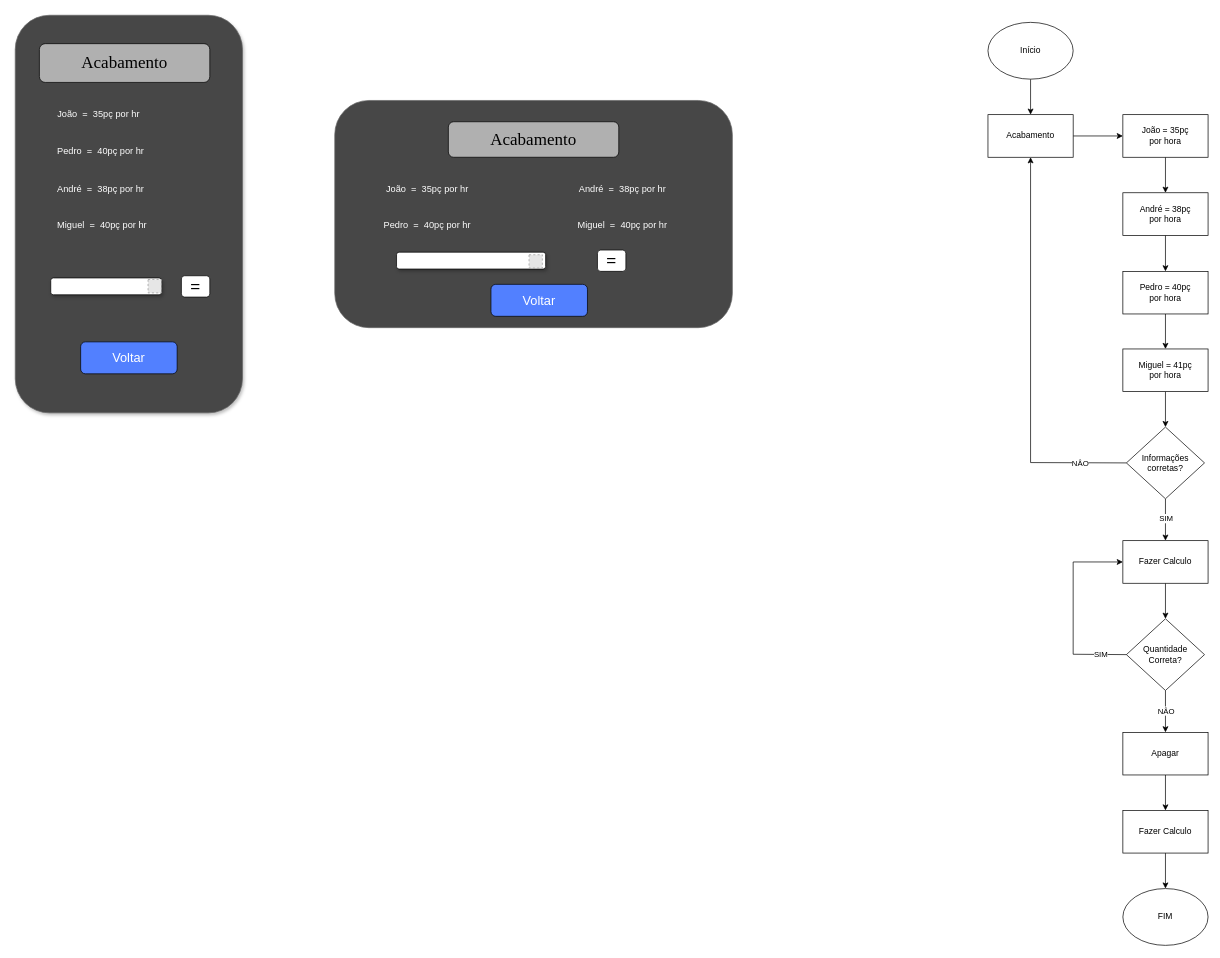
The draw.io diagram DOC/Acabamento Completo.drawio in rt-xit/Novo-Projetoo, before the edit. Source tidied: cells renumbered, new cells numbered last; positions are measured from the earlier drawing's top-left corner, leaving out a move shared by most shapes. Both pictures are drawn from the tidied source at 71%, with x=0, y=0 at pixel (15, 15). Pictures stored in the file or linked from it are replaced by grey dashed boxes.
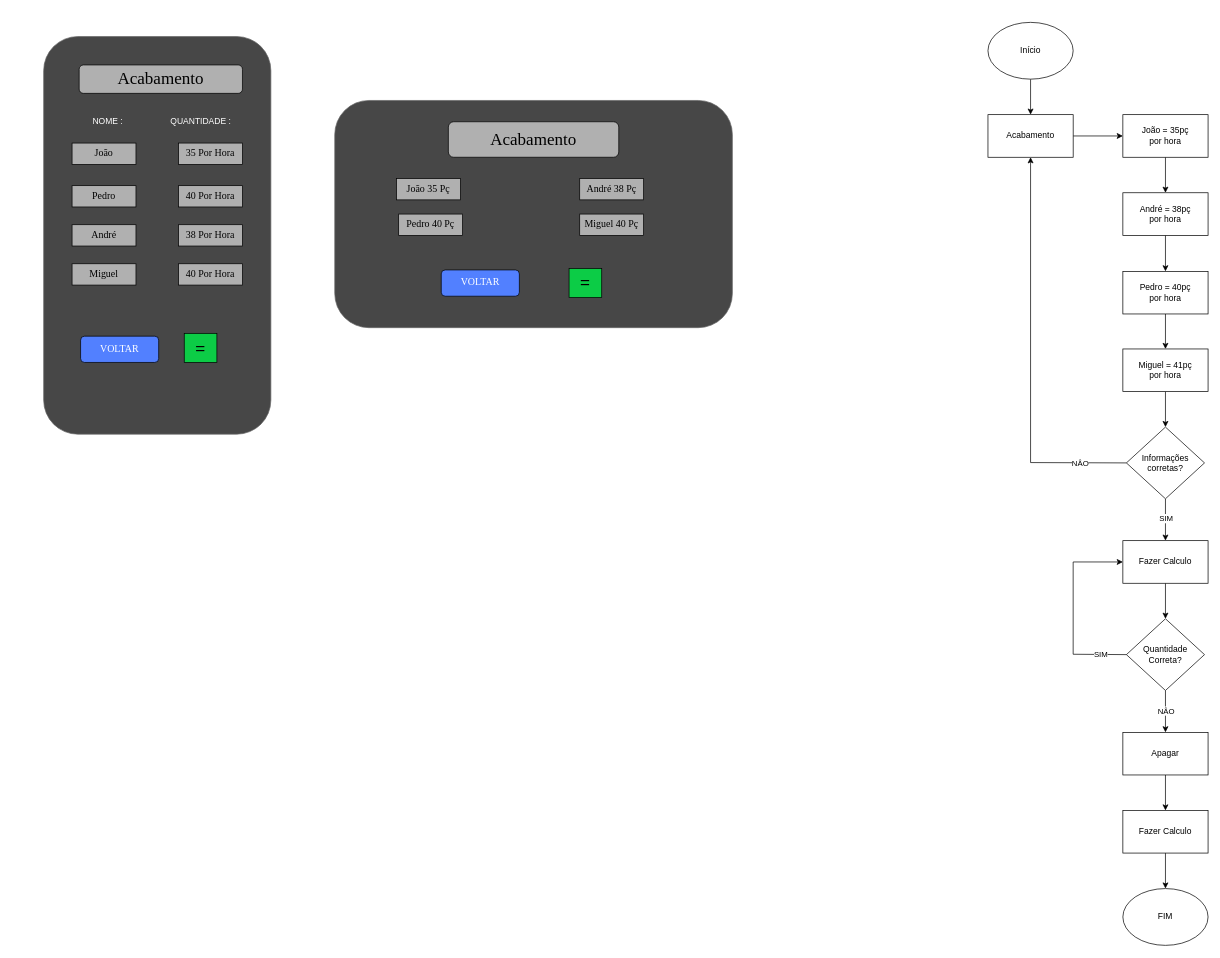
The same page after the edit.

Change to the diagram source:
```diff
@@
-    <mxCell id="2" style="group;" parent="1" vertex="1">
-      <mxGeometry width="320" height="560" as="geometry" />
-    </mxCell>
-    <mxCell id="3" style="rounded=1;whiteSpace=wrap;html=1;fillColor=#474747;gradientColor=none;strokeColor=#666666;shadow=1;" parent="2" vertex="1">
-      <mxGeometry width="320" height="560" as="geometry" />
-    </mxCell>
-    <mxCell id="4" value="&lt;font color=&quot;#ffffff&quot; style=&quot;font-size: 13px;&quot;&gt;João&amp;nbsp; =&amp;nbsp; 35pç por hr&lt;/font&gt;" style="text;html=1;align=center;verticalAlign=middle;strokeColor=none;fillColor=none;" parent="2" vertex="1">
-      <mxGeometry x="47" y="124" width="140" height="30" as="geometry" />
-    </mxCell>
-    <mxCell id="5" value="&lt;font color=&quot;#ffffff&quot; style=&quot;font-size: 13px;&quot;&gt;Pedro&amp;nbsp; =&amp;nbsp; 40pç por hr&lt;/font&gt;" style="text;html=1;align=center;verticalAlign=middle;strokeColor=none;fillColor=none;" parent="2" vertex="1">
-      <mxGeometry x="45" y="176" width="150" height="30" as="geometry" />
-    </mxCell>
-    <mxCell id="6" value="&lt;font color=&quot;#ffffff&quot; style=&quot;font-size: 13px;&quot;&gt;André&amp;nbsp; =&amp;nbsp; 38pç por hr&lt;/font&gt;" style="text;html=1;align=center;verticalAlign=middle;strokeColor=none;fillColor=none;" parent="2" vertex="1">
-      <mxGeometry x="45" y="230" width="150" height="30" as="geometry" />
-    </mxCell>
-    <mxCell id="7" value="&lt;font color=&quot;#ffffff&quot; style=&quot;font-size: 13px;&quot;&gt;Miguel&amp;nbsp; =&amp;nbsp; 40pç por hr&lt;/font&gt;" style="text;html=1;align=center;verticalAlign=middle;strokeColor=none;fillColor=none;" parent="2" vertex="1">
-      <mxGeometry x="47" y="280" width="150" height="30" as="geometry" />
-    </mxCell>
-    <mxCell id="8" style="rounded=1;whiteSpace=wrap;html=1;shadow=1;" parent="2" vertex="1">
-      <mxGeometry x="50" y="370" width="156.1" height="23.7" as="geometry" />
-    </mxCell>
-    <mxCell id="9" value="&lt;font style=&quot;font-size: 24px;&quot;&gt;=&lt;/font&gt;" style="rounded=1;whiteSpace=wrap;html=1;" parent="2" vertex="1">
-      <mxGeometry x="234" y="366.9" width="40" height="30" as="geometry" />
-    </mxCell>
-    <mxCell id="10" value="&lt;font style=&quot;font-size: 18px;&quot; color=&quot;#ffffff&quot;&gt;Voltar&lt;/font&gt;" style="rounded=1;whiteSpace=wrap;html=1;fillColor=#5280FF;" parent="2" vertex="1">
-      <mxGeometry x="92.1" y="460" width="135.9" height="45" as="geometry" />
-    </mxCell>
-    <mxCell id="11" value="&lt;font face=&quot;Times New Roman&quot; style=&quot;font-size: 24px;&quot;&gt;Acabamento&lt;/font&gt;" style="rounded=1;whiteSpace=wrap;html=1;fillColor=#B0B0B0;" parent="2" vertex="1">
-      <mxGeometry x="34" y="40" width="240" height="54.6" as="geometry" />
-    </mxCell>
-    <mxCell id="12" style="fillColor=#E6E6E6;strokeColor=#999999;dashed=1;html=1;verticalLabelPosition=bottom;verticalAlign=top;" parent="2" vertex="1">
-      <mxGeometry x="187" y="372.2" width="18.8" height="18.8" as="geometry" />
-    </mxCell>
@@
-    <mxCell id="15" value="&lt;font color=&quot;#ffffff&quot; style=&quot;font-size: 13px;&quot;&gt;João&amp;nbsp; =&amp;nbsp; 35pç por hr&lt;/font&gt;" style="text;html=1;align=center;verticalAlign=middle;strokeColor=none;fillColor=none;" parent="1" vertex="1">
-      <mxGeometry x="510" y="230" width="140" height="30" as="geometry" />
-    </mxCell>
-    <mxCell id="16" value="&lt;font color=&quot;#ffffff&quot; style=&quot;font-size: 13px;&quot;&gt;Pedro&amp;nbsp; =&amp;nbsp; 40pç por hr&lt;/font&gt;" style="text;html=1;align=center;verticalAlign=middle;strokeColor=none;fillColor=none;" parent="1" vertex="1">
-      <mxGeometry x="505" y="280" width="150" height="30" as="geometry" />
-    </mxCell>
-    <mxCell id="17" value="&lt;font color=&quot;#ffffff&quot; style=&quot;font-size: 13px;&quot;&gt;André&amp;nbsp; =&amp;nbsp; 38pç por hr&lt;/font&gt;" style="text;html=1;align=center;verticalAlign=middle;strokeColor=none;fillColor=none;" parent="1" vertex="1">
-      <mxGeometry x="780" y="230" width="150" height="30" as="geometry" />
-    </mxCell>
-    <mxCell id="18" value="&lt;font color=&quot;#ffffff&quot; style=&quot;font-size: 13px;&quot;&gt;Miguel&amp;nbsp; =&amp;nbsp; 40pç por hr&lt;/font&gt;" style="text;html=1;align=center;verticalAlign=middle;strokeColor=none;fillColor=none;" parent="1" vertex="1">
-      <mxGeometry x="780" y="280" width="150" height="30" as="geometry" />
-    </mxCell>
-    <mxCell id="19" value="&lt;font style=&quot;font-size: 24px;&quot;&gt;=&lt;/font&gt;" style="rounded=1;whiteSpace=wrap;html=1;" parent="1" vertex="1">
-      <mxGeometry x="820" y="330.7" width="40" height="30" as="geometry" />
-    </mxCell>
-    <mxCell id="20" style="rounded=1;whiteSpace=wrap;html=1;shadow=1;" parent="1" vertex="1">
-      <mxGeometry x="537" y="333.7" width="210" height="23.7" as="geometry" />
-    </mxCell>
-    <mxCell id="21" value="&lt;font style=&quot;font-size: 18px;&quot; color=&quot;#ffffff&quot;&gt;Voltar&lt;/font&gt;" style="rounded=1;whiteSpace=wrap;html=1;fillColor=#5280FF;" parent="1" vertex="1">
-      <mxGeometry x="670" y="379" width="135.9" height="45" as="geometry" />
-    </mxCell>
-    <mxCell id="22" style="fillColor=#E6E6E6;strokeColor=#999999;dashed=1;html=1;verticalLabelPosition=bottom;verticalAlign=top;" parent="1" vertex="1">
-      <mxGeometry x="723.6" y="337.3" width="18.8" height="18.8" as="geometry" />
-    </mxCell>
@@
+    <mxCell id="52" style="group;" parent="1" vertex="1">
+      <mxGeometry x="40" y="30" width="320" height="560" as="geometry" />
+    </mxCell>
+    <mxCell id="53" style="rounded=1;whiteSpace=wrap;html=1;fillColor=#474747;gradientColor=none;strokeColor=#666666;" parent="52" vertex="1">
+      <mxGeometry width="320" height="560" as="geometry" />
+    </mxCell>
+    <mxCell id="11" value="&lt;font face=&quot;Times New Roman&quot; style=&quot;font-size: 24px;&quot;&gt;Acabamento&lt;/font&gt;" style="rounded=1;whiteSpace=wrap;html=1;fillColor=#B0B0B0;" parent="52" vertex="1">
+      <mxGeometry x="50" y="40" width="230" height="40" as="geometry" />
+    </mxCell>
+    <mxCell id="54" value="&lt;font style=&quot;font-size: 14px;&quot; face=&quot;Times New Roman&quot;&gt;João&lt;/font&gt;" style="rounded=0;whiteSpace=wrap;html=1;fillColor=#B0B0B0;" parent="52" vertex="1">
+      <mxGeometry x="40" y="150" width="90" height="30" as="geometry" />
+    </mxCell>
+    <mxCell id="55" value="&lt;font style=&quot;font-size: 14px;&quot; face=&quot;Times New Roman&quot;&gt;35 Por Hora&lt;/font&gt;" style="rounded=0;whiteSpace=wrap;html=1;fillColor=#B0B0B0;" parent="52" vertex="1">
+      <mxGeometry x="190" y="150" width="90" height="30" as="geometry" />
+    </mxCell>
+    <mxCell id="56" value="&lt;font style=&quot;font-size: 14px;&quot; face=&quot;Times New Roman&quot;&gt;Pedro&lt;/font&gt;" style="rounded=0;whiteSpace=wrap;html=1;fillColor=#B0B0B0;" parent="52" vertex="1">
+      <mxGeometry x="40" y="210" width="90" height="30" as="geometry" />
+    </mxCell>
+    <mxCell id="57" value="&lt;font style=&quot;font-size: 14px;&quot; face=&quot;Times New Roman&quot;&gt;40 Por Hora&lt;/font&gt;" style="rounded=0;whiteSpace=wrap;html=1;fillColor=#B0B0B0;" parent="52" vertex="1">
+      <mxGeometry x="190" y="210" width="90" height="30" as="geometry" />
+    </mxCell>
+    <mxCell id="58" value="&lt;font color=&quot;#ffffff&quot;&gt;NOME :&lt;/font&gt;" style="text;html=1;align=center;verticalAlign=middle;strokeColor=none;fillColor=none;" parent="52" vertex="1">
+      <mxGeometry x="55" y="104" width="70" height="30" as="geometry" />
+    </mxCell>
+    <mxCell id="59" value="&lt;font style=&quot;font-size: 12px;&quot; color=&quot;#ffffff&quot;&gt;QUANTIDADE :&lt;/font&gt;" style="text;html=1;align=center;verticalAlign=middle;strokeColor=none;fillColor=none;" parent="52" vertex="1">
+      <mxGeometry x="166" y="104" width="110" height="30" as="geometry" />
+    </mxCell>
+    <mxCell id="60" value="&lt;font style=&quot;font-size: 14px;&quot; face=&quot;Times New Roman&quot;&gt;André&lt;/font&gt;" style="rounded=0;whiteSpace=wrap;html=1;fillColor=#B0B0B0;" parent="52" vertex="1">
+      <mxGeometry x="40" y="265" width="90" height="30" as="geometry" />
+    </mxCell>
+    <mxCell id="61" value="&lt;font style=&quot;font-size: 14px;&quot; face=&quot;Times New Roman&quot;&gt;38 Por Hora&lt;/font&gt;" style="rounded=0;whiteSpace=wrap;html=1;fillColor=#B0B0B0;" parent="52" vertex="1">
+      <mxGeometry x="190" y="265" width="90" height="30" as="geometry" />
+    </mxCell>
+    <mxCell id="62" value="&lt;font style=&quot;font-size: 14px;&quot; face=&quot;Times New Roman&quot;&gt;Miguel&lt;/font&gt;" style="rounded=0;whiteSpace=wrap;html=1;fillColor=#B0B0B0;" parent="52" vertex="1">
+      <mxGeometry x="40" y="320" width="90" height="30" as="geometry" />
+    </mxCell>
+    <mxCell id="63" value="&lt;font style=&quot;font-size: 14px;&quot; face=&quot;Times New Roman&quot;&gt;40 Por Hora&lt;/font&gt;" style="rounded=0;whiteSpace=wrap;html=1;fillColor=#B0B0B0;" parent="52" vertex="1">
+      <mxGeometry x="190" y="320" width="90" height="30" as="geometry" />
+    </mxCell>
+    <mxCell id="64" value="&lt;font face=&quot;Times New Roman&quot; color=&quot;#ffffff&quot;&gt;&lt;span style=&quot;font-size: 14px;&quot;&gt;VOLTAR&lt;/span&gt;&lt;/font&gt;" style="rounded=1;whiteSpace=wrap;html=1;fillColor=#5280FF;" parent="52" vertex="1">
+      <mxGeometry x="52" y="422" width="110" height="37" as="geometry" />
+    </mxCell>
+    <mxCell id="65" value="&lt;font style=&quot;font-size: 24px;&quot;&gt;=&lt;/font&gt;" style="rounded=0;whiteSpace=wrap;html=1;fillColor=#0CCC46;" parent="52" vertex="1">
+      <mxGeometry x="198" y="418" width="46" height="41" as="geometry" />
+    </mxCell>
+    <mxCell id="66" value="&lt;font style=&quot;font-size: 14px;&quot; face=&quot;Times New Roman&quot;&gt;João 35 Pç&lt;/font&gt;" style="rounded=0;whiteSpace=wrap;html=1;fillColor=#B0B0B0;" parent="1" vertex="1">
+      <mxGeometry x="537" y="230" width="90" height="30" as="geometry" />
+    </mxCell>
+    <mxCell id="67" value="&lt;font style=&quot;font-size: 14px;&quot; face=&quot;Times New Roman&quot;&gt;André 38 Pç&lt;/font&gt;" style="rounded=0;whiteSpace=wrap;html=1;fillColor=#B0B0B0;" parent="1" vertex="1">
+      <mxGeometry x="795" y="230" width="90" height="30" as="geometry" />
+    </mxCell>
+    <mxCell id="68" value="&lt;font style=&quot;font-size: 14px;&quot; face=&quot;Times New Roman&quot;&gt;Pedro 40 Pç&lt;/font&gt;" style="rounded=0;whiteSpace=wrap;html=1;fillColor=#B0B0B0;" parent="1" vertex="1">
+      <mxGeometry x="540" y="280" width="90" height="30" as="geometry" />
+    </mxCell>
+    <mxCell id="69" value="&lt;font style=&quot;font-size: 14px;&quot; face=&quot;Times New Roman&quot;&gt;Miguel 40 Pç&lt;/font&gt;" style="rounded=0;whiteSpace=wrap;html=1;fillColor=#B0B0B0;" parent="1" vertex="1">
+      <mxGeometry x="795" y="280" width="90" height="30" as="geometry" />
+    </mxCell>
+    <mxCell id="70" value="&lt;font face=&quot;Times New Roman&quot; color=&quot;#ffffff&quot;&gt;&lt;span style=&quot;font-size: 14px;&quot;&gt;VOLTAR&lt;/span&gt;&lt;/font&gt;" style="rounded=1;whiteSpace=wrap;html=1;fillColor=#5280FF;" parent="1" vertex="1">
+      <mxGeometry x="600" y="358.7" width="110" height="37" as="geometry" />
+    </mxCell>
+    <mxCell id="71" value="&lt;font style=&quot;font-size: 24px;&quot;&gt;=&lt;/font&gt;" style="rounded=0;whiteSpace=wrap;html=1;fillColor=#0CCC46;" parent="1" vertex="1">
+      <mxGeometry x="780" y="356.7" width="46" height="41" as="geometry" />
+    </mxCell>
```
